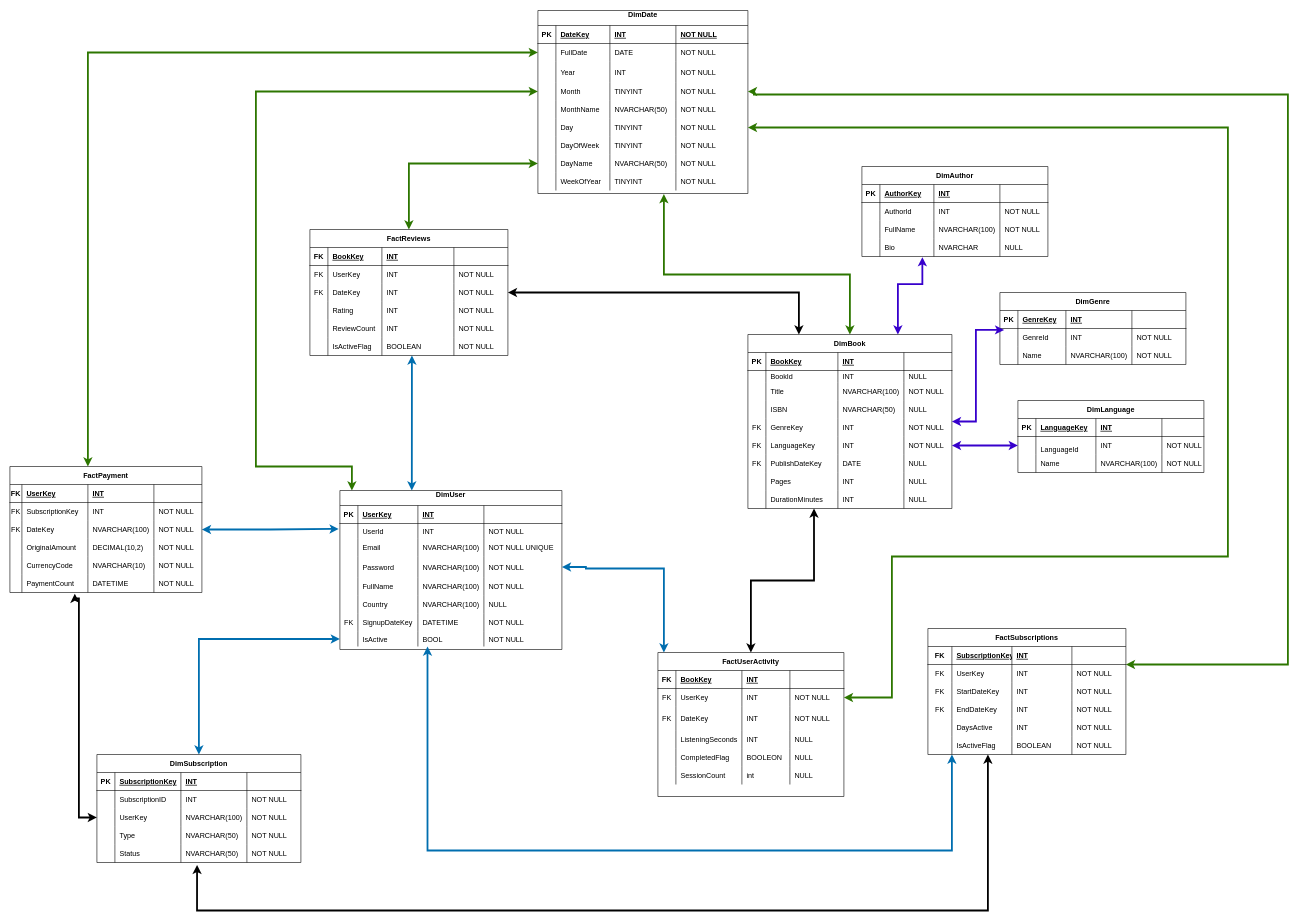
This is course-work/Implementations/drawio/Datawarehouse.drawio from IvayloRadev46/software-modeling-and-analysis-se, a draw.io file, before an edit. Source tidied: cells renumbered, new cells numbered last; positions are measured from the earlier drawing's top-left corner, leaving out a move shared by most shapes. Both pictures are drawn from the tidied source at 60%, with x=0, y=0 at pixel (10, 10).
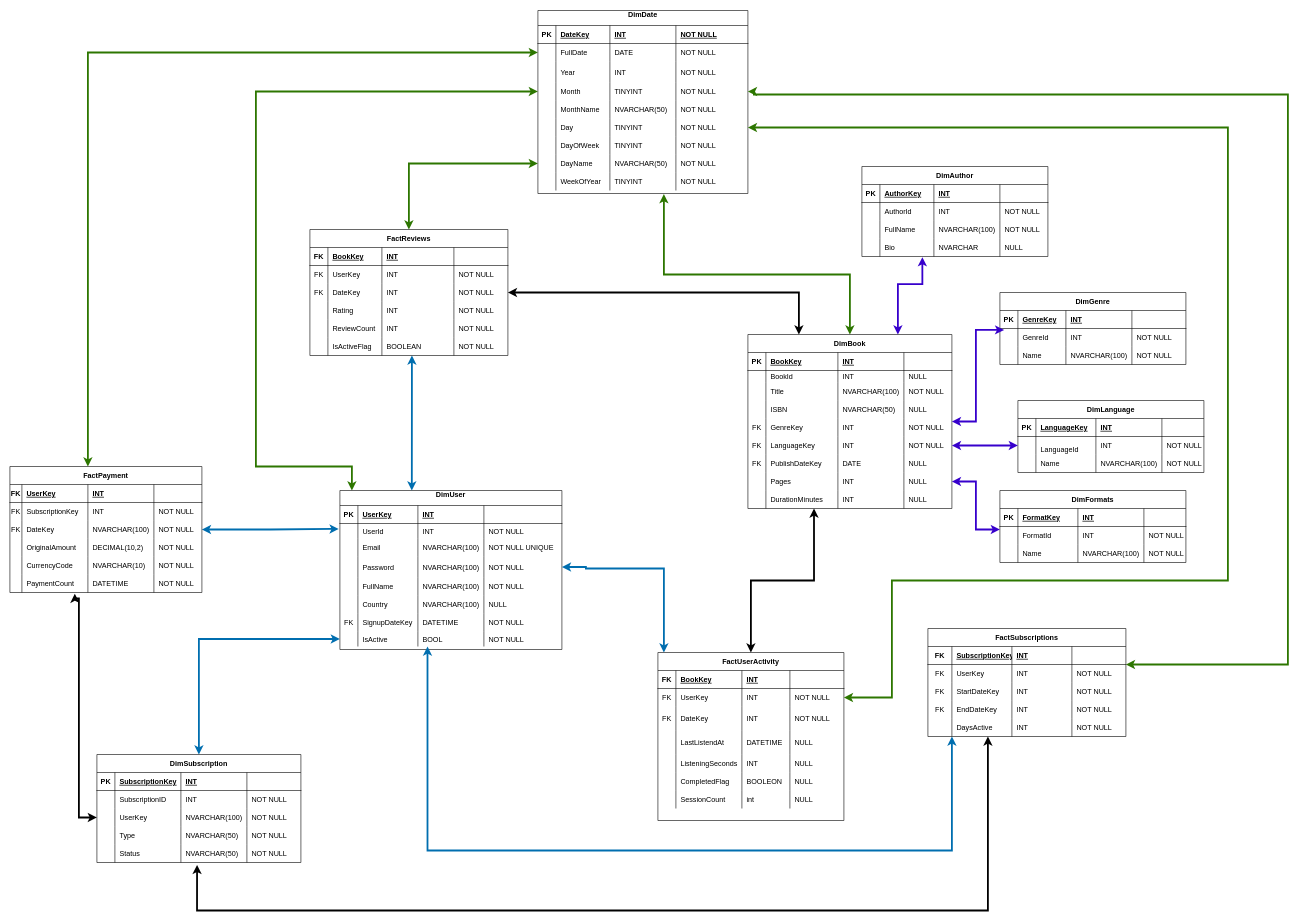
The same diagram, later.

Unchanged cells that the change refers to:
```xml
<mxCell id="29" style="shape=tableRow;horizontal=0;startSize=0;swimlaneHead=0;swimlaneBody=0;fillColor=none;points=[[0,0.5],[1,0.5]];portConstraint=eastwest;strokeColor=inherit;top=0;left=0;right=0;bottom=0;" parent="3" vertex="1">
  <mxGeometry y="180" width="350" height="30" as="geometry" />
</mxCell>
<mxCell id="128" style="shape=tableRow;horizontal=0;startSize=0;swimlaneHead=0;swimlaneBody=0;fillColor=none;points=[[0,0.5],[1,0.5]];portConstraint=eastwest;strokeColor=inherit;top=0;left=0;right=0;bottom=0;" parent="92" vertex="1">
  <mxGeometry y="230" width="340" height="30" as="geometry" />
</mxCell>
<mxCell id="258" style="shape=tableRow;horizontal=0;startSize=0;swimlaneHead=0;swimlaneBody=0;fillColor=none;points=[[0,0.5],[1,0.5]];portConstraint=eastwest;strokeColor=inherit;top=0;left=0;right=0;bottom=0;" parent="252" vertex="1">
  <mxGeometry y="60" width="310" height="30" as="geometry" />
</mxCell>
```

What changed in the source:
```diff
@@
     <mxCell id="252" value="FactUserActivity" style="shape=table;startSize=30;childLayout=tableLayout;rowLines=0;fontStyle=1;align=center;" parent="1" vertex="1">
-      <mxGeometry x="1080" y="1070" width="310" height="240" as="geometry" />
+      <mxGeometry x="1080" y="1070" width="310" height="280" as="geometry" />
     </mxCell>
@@
+    <mxCell id="356" style="shape=tableRow;horizontal=0;startSize=0;swimlaneHead=0;swimlaneBody=0;fillColor=none;strokeColor=inherit;top=0;left=0;right=0;bottom=0;" parent="252" vertex="1">
+      <mxGeometry y="130" width="310" height="40" as="geometry" />
+    </mxCell>
+    <mxCell id="357" style="shape=partialRectangle;overflow=hidden;fillColor=none;strokeColor=inherit;top=0;left=0;bottom=0;right=0;" parent="356" vertex="1">
+      <mxGeometry width="30" height="40" as="geometry" />
+    </mxCell>
+    <mxCell id="358" value="LastListendAt" style="shape=partialRectangle;overflow=hidden;fillColor=none;align=left;strokeColor=inherit;top=0;left=0;bottom=0;right=0;spacingLeft=6;" parent="356" vertex="1">
+      <mxGeometry x="30" width="110" height="40" as="geometry" />
+    </mxCell>
+    <mxCell id="359" value="DATETIME" style="shape=partialRectangle;overflow=hidden;fillColor=none;align=left;strokeColor=inherit;top=0;left=0;bottom=0;right=0;spacingLeft=6;" parent="356" vertex="1">
+      <mxGeometry x="140" width="80" height="40" as="geometry" />
+    </mxCell>
+    <mxCell id="360" value="NULL" style="shape=partialRectangle;overflow=hidden;fillColor=none;align=left;strokeColor=inherit;top=0;left=0;bottom=0;right=0;spacingLeft=6;" parent="356" vertex="1">
+      <mxGeometry x="220" width="90" height="40" as="geometry" />
+    </mxCell>
     <mxCell id="268" style="shape=tableRow;horizontal=0;startSize=0;swimlaneHead=0;swimlaneBody=0;fillColor=none;strokeColor=inherit;top=0;left=0;right=0;bottom=0;" parent="252" vertex="1">
-      <mxGeometry y="130" width="310" height="30" as="geometry" />
+      <mxGeometry y="170" width="310" height="30" as="geometry" />
     </mxCell>
@@
     <mxCell id="273" style="shape=tableRow;horizontal=0;startSize=0;swimlaneHead=0;swimlaneBody=0;fillColor=none;strokeColor=inherit;top=0;left=0;right=0;bottom=0;" parent="252" vertex="1">
-      <mxGeometry y="160" width="310" height="30" as="geometry" />
+      <mxGeometry y="200" width="310" height="30" as="geometry" />
     </mxCell>
@@
     <mxCell id="278" style="shape=tableRow;horizontal=0;startSize=0;swimlaneHead=0;swimlaneBody=0;fillColor=none;strokeColor=inherit;top=0;left=0;right=0;bottom=0;" parent="252" vertex="1">
-      <mxGeometry y="190" width="310" height="30" as="geometry" />
+      <mxGeometry y="230" width="310" height="30" as="geometry" />
     </mxCell>
@@
     <mxCell id="319" value="FactSubscriptions" style="shape=table;startSize=30;childLayout=tableLayout;rowLines=0;fontStyle=1;align=center;" parent="1" vertex="1">
-      <mxGeometry x="1530" y="1030" width="330" height="210" as="geometry" />
+      <mxGeometry x="1530" y="1030" width="330" height="180" as="geometry" />
     </mxCell>
@@
-    <mxCell id="345" style="shape=tableRow;horizontal=0;startSize=0;swimlaneHead=0;swimlaneBody=0;fillColor=none;strokeColor=inherit;top=0;left=0;right=0;bottom=0;" parent="319" vertex="1">
-      <mxGeometry y="180" width="330" height="30" as="geometry" />
-    </mxCell>
-    <mxCell id="346" style="shape=partialRectangle;overflow=hidden;fillColor=none;strokeColor=inherit;top=0;left=0;bottom=0;right=0;" parent="345" vertex="1">
-      <mxGeometry width="40" height="30" as="geometry" />
-    </mxCell>
-    <mxCell id="347" value="IsActiveFlag" style="shape=partialRectangle;overflow=hidden;fillColor=none;align=left;strokeColor=inherit;top=0;left=0;bottom=0;right=0;spacingLeft=6;" parent="345" vertex="1">
-      <mxGeometry x="40" width="100" height="30" as="geometry" />
-    </mxCell>
-    <mxCell id="348" value="BOOLEAN" style="shape=partialRectangle;overflow=hidden;fillColor=none;align=left;strokeColor=inherit;top=0;left=0;bottom=0;right=0;spacingLeft=6;" parent="345" vertex="1">
-      <mxGeometry x="140" width="100" height="30" as="geometry" />
-    </mxCell>
-    <mxCell id="349" value="NOT NULL" style="shape=partialRectangle;overflow=hidden;fillColor=none;align=left;strokeColor=inherit;top=0;left=0;bottom=0;right=0;spacingLeft=6;" parent="345" vertex="1">
-      <mxGeometry x="240" width="90" height="30" as="geometry" />
-    </mxCell>
@@
     <mxCell id="355" style="edgeStyle=orthogonalEdgeStyle;rounded=0;jettySize=auto;html=1;entryX=1;entryY=0.5;entryDx=0;entryDy=0;strokeWidth=3;startArrow=classic;startFill=1;fillColor=#60a917;strokeColor=#2D7600;" parent="1" edge="1" source="258" target="29">
       <mxGeometry relative="1" as="geometry">
         <Array as="points">
           <mxPoint x="1470" y="1145" />
-          <mxPoint x="1470" y="910" />
-          <mxPoint x="2030" y="910" />
+          <mxPoint x="1470" y="950" />
+          <mxPoint x="2030" y="950" />
           <mxPoint x="2030" y="195" />
         </Array>
       </mxGeometry>
     </mxCell>
+    <mxCell id="361" value="DimFormats" style="shape=table;startSize=30;childLayout=tableLayout;rowLines=0;fontStyle=1;align=center;" parent="1" vertex="1">
+      <mxGeometry x="1650" y="800" width="310" height="120" as="geometry" />
+    </mxCell>
+    <mxCell id="362" style="shape=tableRow;horizontal=0;startSize=0;swimlaneHead=0;swimlaneBody=0;fillColor=none;points=[[0,0.5],[1,0.5]];portConstraint=eastwest;strokeColor=inherit;top=0;left=0;right=0;bottom=1;" parent="361" vertex="1">
+      <mxGeometry y="30" width="310" height="30" as="geometry" />
+    </mxCell>
+    <mxCell id="363" value="PK" style="shape=partialRectangle;overflow=hidden;fillColor=none;strokeColor=inherit;top=0;left=0;bottom=0;right=0;fontStyle=1;" parent="362" vertex="1">
+      <mxGeometry width="30" height="30" as="geometry" />
+    </mxCell>
+    <mxCell id="364" value="FormatKey" style="shape=partialRectangle;overflow=hidden;fillColor=none;align=left;strokeColor=inherit;top=0;left=0;bottom=0;right=0;spacingLeft=6;fontStyle=5;" parent="362" vertex="1">
+      <mxGeometry x="30" width="100" height="30" as="geometry" />
+    </mxCell>
+    <mxCell id="365" value="INT" style="shape=partialRectangle;overflow=hidden;fillColor=none;align=left;strokeColor=inherit;top=0;left=0;bottom=0;right=0;spacingLeft=6;fontStyle=5;" parent="362" vertex="1">
+      <mxGeometry x="130" width="110" height="30" as="geometry" />
+    </mxCell>
+    <mxCell id="366" style="shape=partialRectangle;overflow=hidden;fillColor=none;align=left;strokeColor=inherit;top=0;left=0;bottom=0;right=0;spacingLeft=6;fontStyle=5;" parent="362" vertex="1">
+      <mxGeometry x="240" width="70" height="30" as="geometry" />
+    </mxCell>
+    <mxCell id="367" style="shape=tableRow;horizontal=0;startSize=0;swimlaneHead=0;swimlaneBody=0;fillColor=none;strokeColor=inherit;top=0;left=0;right=0;bottom=0;" parent="361" vertex="1">
+      <mxGeometry y="60" width="310" height="30" as="geometry" />
+    </mxCell>
+    <mxCell id="368" style="shape=partialRectangle;overflow=hidden;fillColor=none;strokeColor=inherit;top=0;left=0;bottom=0;right=0;" parent="367" vertex="1">
+      <mxGeometry width="30" height="30" as="geometry" />
+    </mxCell>
+    <mxCell id="369" value="FormatId" style="shape=partialRectangle;overflow=hidden;fillColor=none;align=left;strokeColor=inherit;top=0;left=0;bottom=0;right=0;spacingLeft=6;" parent="367" vertex="1">
+      <mxGeometry x="30" width="100" height="30" as="geometry" />
+    </mxCell>
+    <mxCell id="370" value="INT" style="shape=partialRectangle;overflow=hidden;fillColor=none;align=left;strokeColor=inherit;top=0;left=0;bottom=0;right=0;spacingLeft=6;" parent="367" vertex="1">
+      <mxGeometry x="130" width="110" height="30" as="geometry" />
+    </mxCell>
+    <mxCell id="371" value="NOT NULL" style="shape=partialRectangle;overflow=hidden;fillColor=none;align=left;strokeColor=inherit;top=0;left=0;bottom=0;right=0;spacingLeft=6;" parent="367" vertex="1">
+      <mxGeometry x="240" width="70" height="30" as="geometry" />
+    </mxCell>
+    <mxCell id="372" style="shape=tableRow;horizontal=0;startSize=0;swimlaneHead=0;swimlaneBody=0;fillColor=none;strokeColor=inherit;top=0;left=0;right=0;bottom=0;" parent="361" vertex="1">
+      <mxGeometry y="90" width="310" height="30" as="geometry" />
+    </mxCell>
+    <mxCell id="373" style="shape=partialRectangle;overflow=hidden;fillColor=none;strokeColor=inherit;top=0;left=0;bottom=0;right=0;" parent="372" vertex="1">
+      <mxGeometry width="30" height="30" as="geometry" />
+    </mxCell>
+    <mxCell id="374" value="Name" style="shape=partialRectangle;overflow=hidden;fillColor=none;align=left;strokeColor=inherit;top=0;left=0;bottom=0;right=0;spacingLeft=6;" parent="372" vertex="1">
+      <mxGeometry x="30" width="100" height="30" as="geometry" />
+    </mxCell>
+    <mxCell id="375" value="NVARCHAR(100)" style="shape=partialRectangle;overflow=hidden;fillColor=none;align=left;strokeColor=inherit;top=0;left=0;bottom=0;right=0;spacingLeft=6;" parent="372" vertex="1">
+      <mxGeometry x="130" width="110" height="30" as="geometry" />
+    </mxCell>
+    <mxCell id="376" value="NOT NULL" style="shape=partialRectangle;overflow=hidden;fillColor=none;align=left;strokeColor=inherit;top=0;left=0;bottom=0;right=0;spacingLeft=6;" parent="372" vertex="1">
+      <mxGeometry x="240" width="70" height="30" as="geometry" />
+    </mxCell>
+    <mxCell id="377" style="edgeStyle=orthogonalEdgeStyle;rounded=0;jettySize=auto;html=1;entryX=0;entryY=1.167;entryDx=0;entryDy=0;strokeWidth=3;startArrow=classic;startFill=1;fillColor=#6a00ff;strokeColor=#3700CC;entryPerimeter=0;exitX=1;exitY=0.5;exitDx=0;exitDy=0;" parent="1" edge="1" source="128" target="362">
+      <mxGeometry relative="1" as="geometry" />
+    </mxCell>
```
